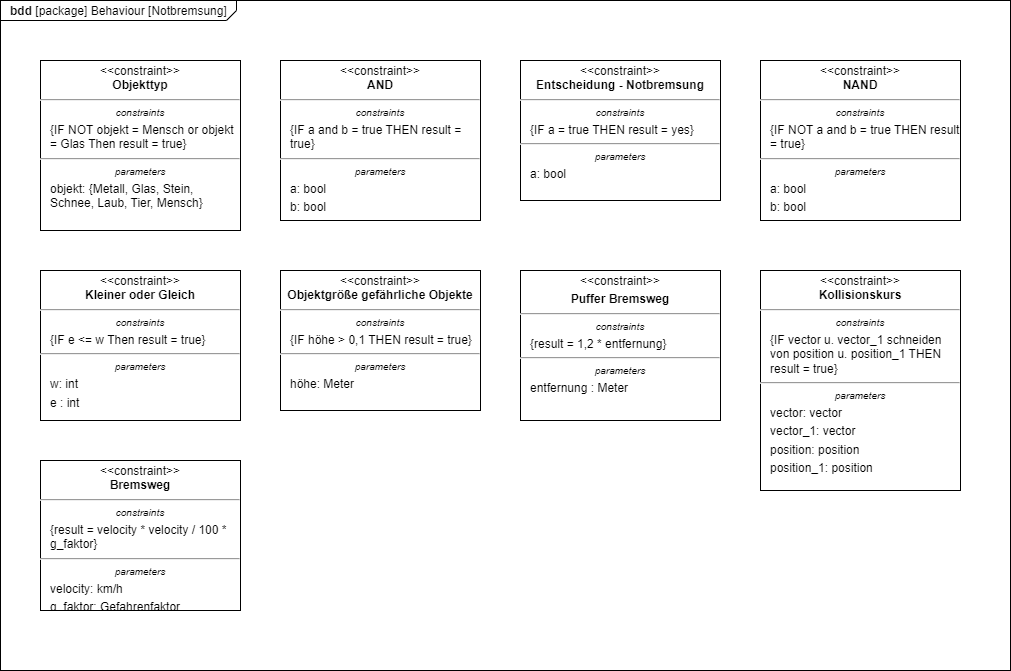
This is notbremsung-bdd.drawio.png from agrueneberg/sews2324, a draw.io export, as it was before one commit. Source tidied: cells renumbered, new cells last; positions are measured from the earlier drawing's top-left corner, leaving out a move shared by most shapes.
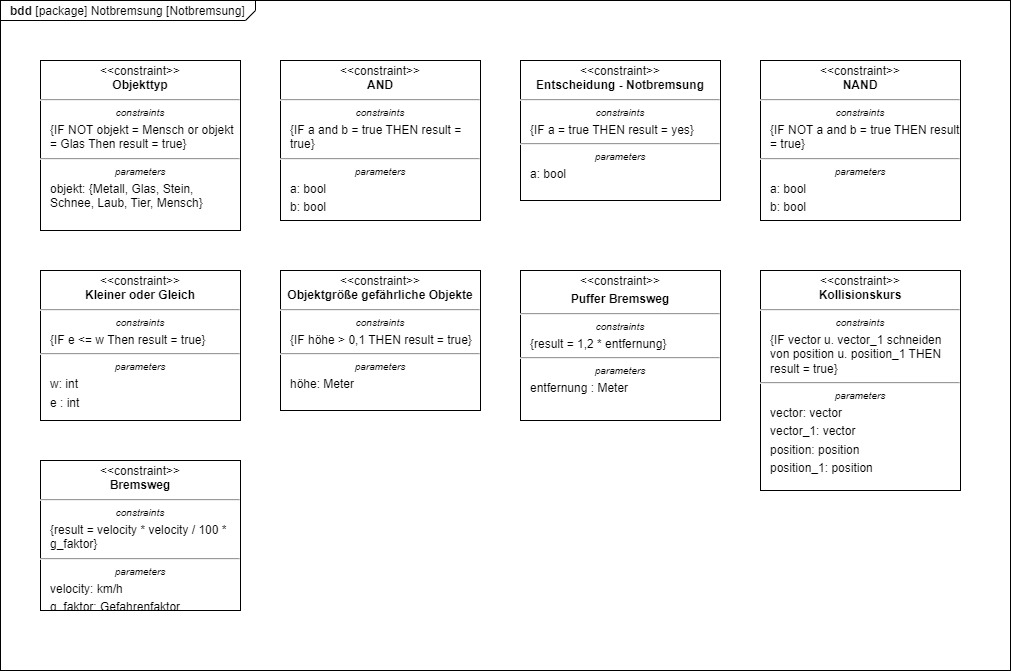
The same file after the commit.

Commit message:
Change package of bdd-notbremsung

What changed in the source:
```diff
@@ -2,7 +2,7 @@
   <root>
     <mxCell id="0" />
     <mxCell id="1" parent="0" />
-    <mxCell id="2" value="&lt;p style=&quot;margin:0px;margin-top:4px;margin-left:10px;text-align:left;&quot;&gt;&lt;b&gt;bdd&lt;/b&gt;&amp;nbsp;[package] Behaviour [Notbremsung]&lt;/p&gt;" style="html=1;shape=mxgraph.sysml.package;labelX=236.44;align=left;spacingLeft=10;overflow=fill;" parent="1" vertex="1">
+    <mxCell id="2" value="&lt;p style=&quot;margin:0px;margin-top:4px;margin-left:10px;text-align:left;&quot;&gt;&lt;b&gt;bdd&lt;/b&gt;&amp;nbsp;[package] Notbremsung [Notbremsung]&lt;/p&gt;" style="html=1;shape=mxgraph.sysml.package;labelX=255.43;align=left;spacingLeft=10;overflow=fill;" parent="1" vertex="1">
       <mxGeometry width="1010" height="670" as="geometry" />
     </mxCell>
     <mxCell id="3" value="&lt;p style=&quot;margin: 4px 0px 0px;&quot;&gt;&amp;lt;&amp;lt;constraint&amp;gt;&amp;gt;&lt;br&gt;&lt;b&gt;Objekttyp&lt;/b&gt;&lt;/p&gt;&lt;hr&gt;&lt;p style=&quot;font-size: 10px; margin: 4px 0px 0px;&quot;&gt;&lt;i&gt;constraints&lt;/i&gt;&lt;/p&gt;&lt;p style=&quot;margin: 4px 0px 0px 10px; text-align: left;&quot;&gt;{IF NOT objekt = Mensch or objekt = Glas Then result = true}&lt;br&gt;&lt;/p&gt;&lt;hr&gt;&lt;p style=&quot;font-size: 10px; margin: 4px 0px 0px;&quot;&gt;&lt;i&gt;parameters&lt;/i&gt;&lt;/p&gt;&lt;p style=&quot;margin: 4px 0px 0px 10px; text-align: left;&quot;&gt;objekt: {Metall, Glas, Stein, Schnee, Laub, Tier, Mensch}&lt;/p&gt;" style="shape=rect;html=1;overflow=fill;whiteSpace=wrap;" parent="1" vertex="1">
```
